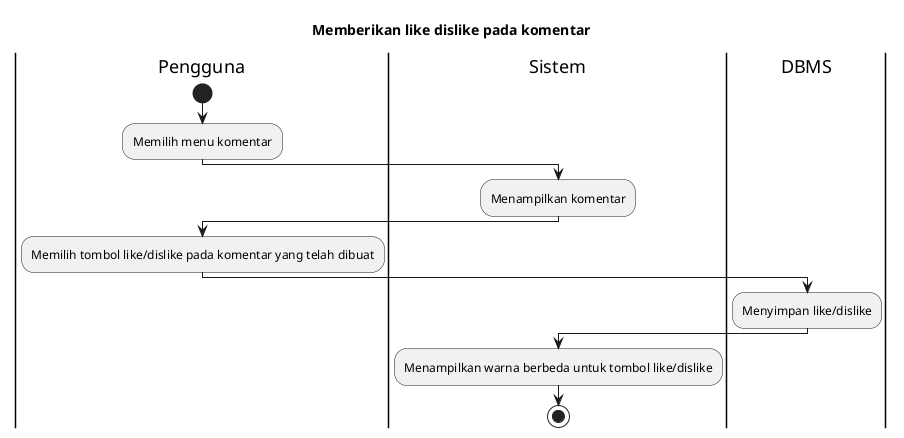
This is export/Activity Diagrams/UC-MAP - Peta Bencana/UC-MAP-016 - Memberikan like dislike pada komentar.png from bagusNA/appl-diagrams, a PlantUML export, as it was before one commit. Its diagram source:
```plantuml
@startuml
title Memberikan like dislike pada komentar

|Pengguna|
start
:Memilih menu komentar;

|Sistem|
:Menampilkan komentar;

|Pengguna|
:Memilih tombol like/dislike pada komentar yang telah dibuat;

|DBMS|
:Menyimpan like/dislike;

|Sistem|
:Menampilkan warna berbeda untuk tombol like/dislike;

stop
@enduml
```
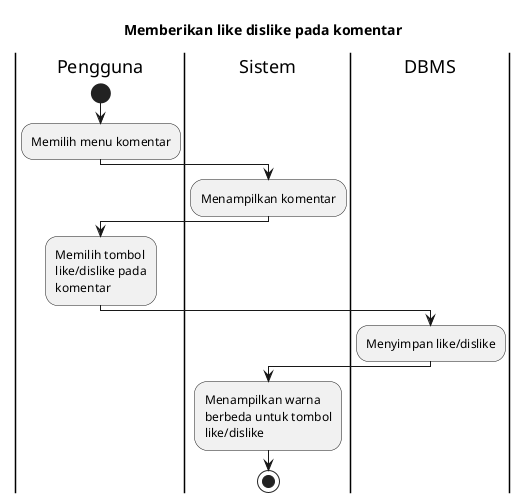
Above is the later version.

Diff of the diagram source:
```diff
@@ -1,4 +1,6 @@
 @startuml
+skinparam wrapWidth 140
+
 title Memberikan like dislike pada komentar
 
 |Pengguna|
@@ -9,7 +11,7 @@
 :Menampilkan komentar;
 
 |Pengguna|
-:Memilih tombol like/dislike pada komentar yang telah dibuat;
+:Memilih tombol like/dislike pada komentar;
 
 |DBMS|
 :Menyimpan like/dislike;
```
